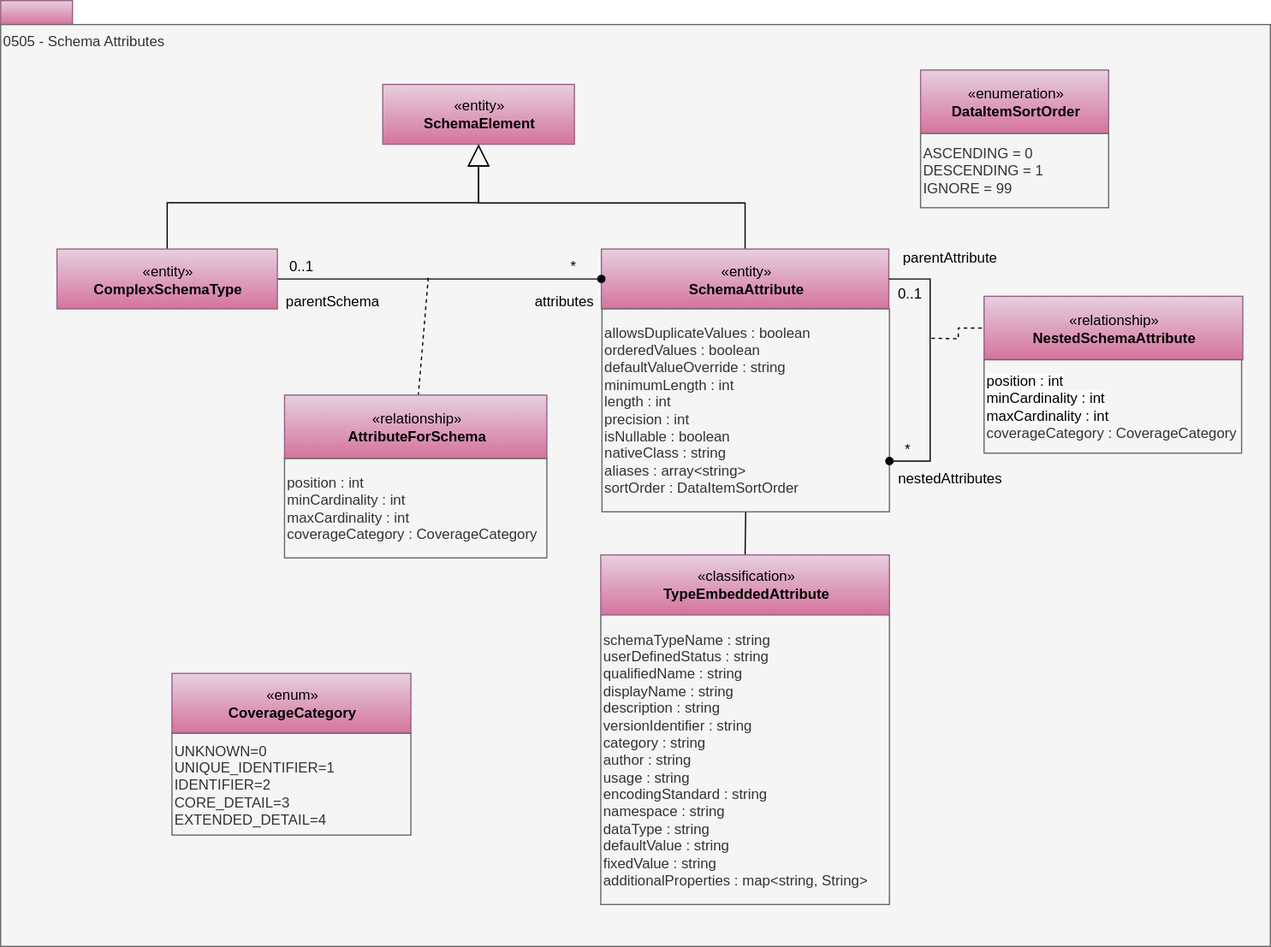
Above: site/docs/types/5/0505-Schema-Attributes.svg in odpi/egeria-docs (draw.io), before the change. Source tidied: cells renumbered, new cells last; positions are measured from the earlier drawing's top-left corner, leaving out a move shared by most shapes.
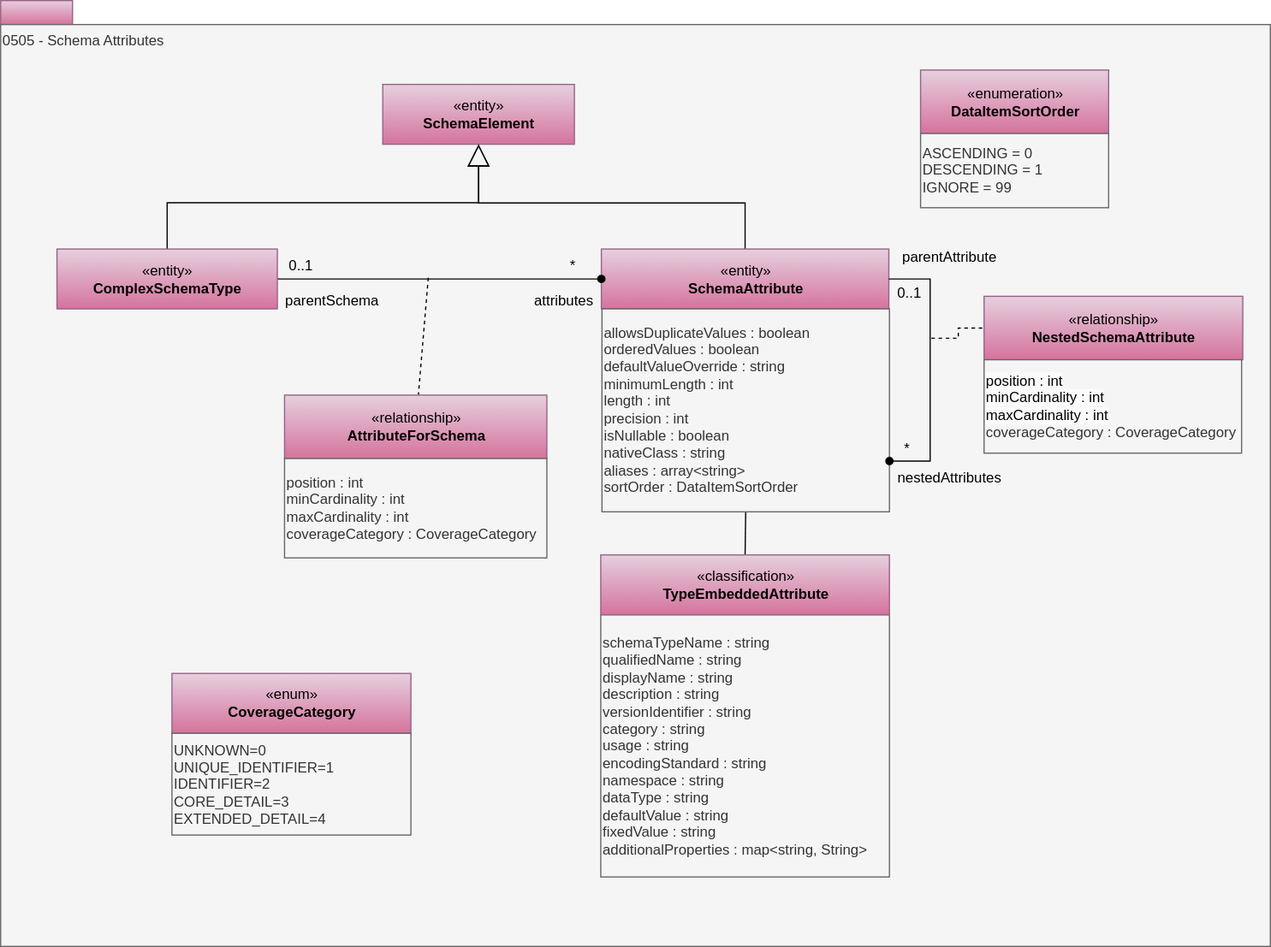
After the change.

Diff of the diagram source:
```diff
@@ -65,8 +65,8 @@
     <mxCell id="19" value="&lt;font style=&quot;white-space: normal&quot;&gt;allowsDuplicateValues : boolean&lt;br&gt;orderedValues : boolean&lt;br&gt;&lt;/font&gt;&lt;span&gt;defaultValueOverride : string&lt;br&gt;minimumLength : int&lt;br&gt;length : int&lt;br&gt;precision : int&lt;br&gt;isNullable : boolean&lt;br&gt;&lt;/span&gt;&lt;font style=&quot;white-space: normal&quot;&gt;nativeClass : string&lt;br&gt;aliases : array&amp;lt;string&amp;gt;&lt;br&gt;sortOrder : DataItemSortOrder&lt;br&gt;&lt;/font&gt;" style="rounded=0;whiteSpace=wrap;html=1;strokeColor=#666666;align=left;fontColor=#333333;fillColor=#f5f5f5;" parent="1" vertex="1">
       <mxGeometry x="502" y="257.5" width="240" height="169.5" as="geometry" />
     </mxCell>
-    <mxCell id="20" value="schemaTypeName : string&lt;div&gt;userDefinedStatus : string&lt;br&gt;qualifiedName : string&lt;br&gt;displayName : string&lt;br&gt;description : string&lt;br&gt;versionIdentifier : string&lt;/div&gt;&lt;div&gt;category : string&lt;br&gt;author : string&lt;br&gt;usage : string&lt;br&gt;encodingStandard : string&lt;br&gt;namespace : string&lt;br&gt;dataType : string&lt;br&gt;defaultValue : string&lt;br&gt;fixedValue : string&lt;br&gt;additionalProperties : map&amp;lt;string, String&amp;gt;&lt;br&gt;&lt;div style=&quot;text-align: left&quot;&gt;&lt;/div&gt;&lt;/div&gt;" style="rounded=0;whiteSpace=wrap;html=1;strokeColor=#666666;align=left;fillColor=#f5f5f5;fontColor=#333333;" parent="1" vertex="1">
-      <mxGeometry x="501" y="513" width="241" height="242" as="geometry" />
+    <mxCell id="20" value="schemaTypeName : string&lt;div&gt;qualifiedName : string&lt;br&gt;displayName : string&lt;br&gt;description : string&lt;br&gt;versionIdentifier : string&lt;/div&gt;&lt;div&gt;category : string&lt;br&gt;usage : string&lt;br&gt;encodingStandard : string&lt;br&gt;namespace : string&lt;br&gt;dataType : string&lt;br&gt;defaultValue : string&lt;br&gt;fixedValue : string&lt;br&gt;additionalProperties : map&amp;lt;string, String&amp;gt;&lt;br&gt;&lt;div style=&quot;text-align: left&quot;&gt;&lt;/div&gt;&lt;/div&gt;" style="rounded=0;whiteSpace=wrap;html=1;strokeColor=#666666;align=left;fillColor=#f5f5f5;fontColor=#333333;" parent="1" vertex="1">
+      <mxGeometry x="501" y="513" width="241" height="219" as="geometry" />
     </mxCell>
     <mxCell id="21" value="«classification»&lt;br&gt;&lt;b&gt;TypeEmbeddedAttribute&lt;/b&gt;" style="html=1;strokeColor=#996185;align=center;fillColor=#e6d0de;gradientColor=#d5739d;" parent="1" vertex="1">
       <mxGeometry x="501" y="463" width="241" height="50" as="geometry" />
```
